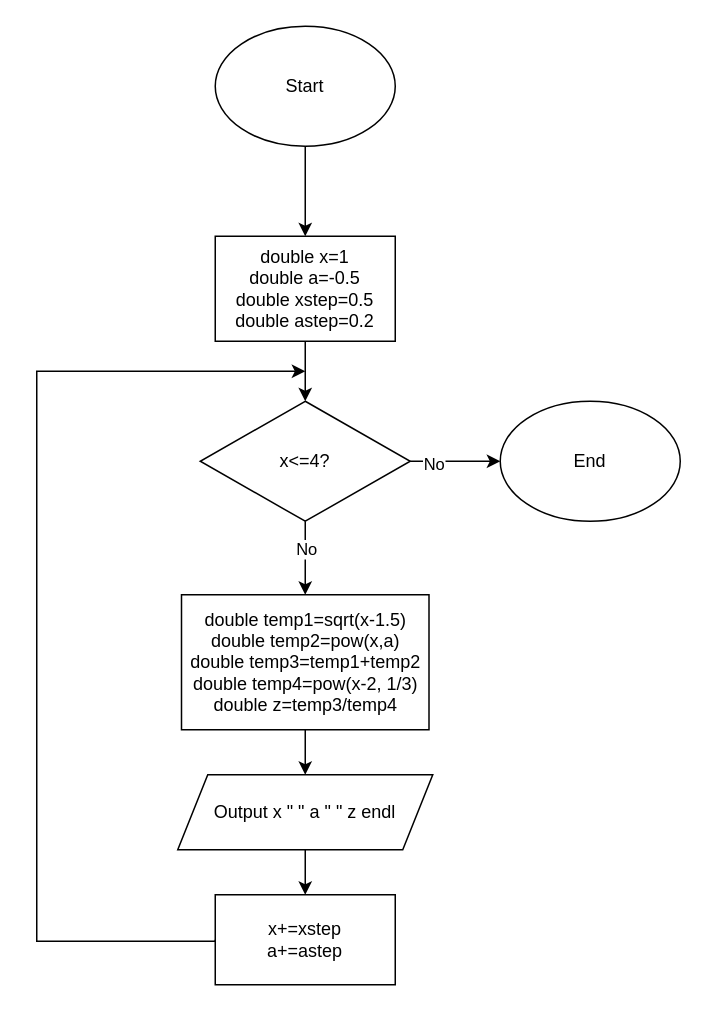
Above: ai_13/danylo_kolbasiuk/saga_1/vns_practice_work_2_task_variant_15_danylo_kolbasiuk.drawio in artificial-intelligence-department/ai_programming_playground_2024 (draw.io), before the change. Source tidied: cells renumbered, new cells numbered last; positions are measured from the earlier drawing's top-left corner, leaving out a move shared by most shapes. Both pictures are drawn from the tidied source at 150%, with x=0, y=0 at pixel (36, 26).
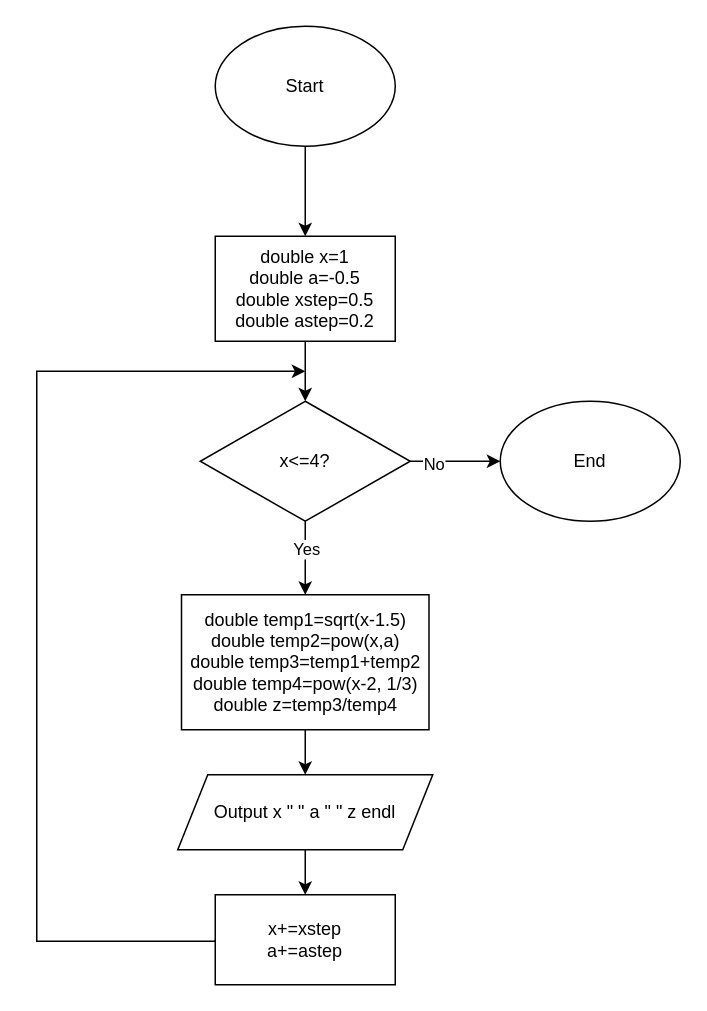
The same diagram, later.

Unchanged cells that the change refers to:
```xml
<mxCell id="8" style="edgeStyle=orthogonalEdgeStyle;rounded=0;jettySize=auto;html=1;" parent="1" edge="1" source="10" target="13">
  <mxGeometry relative="1" as="geometry" />
</mxCell>
```

Change to the diagram source:
```diff
@@
-    <mxCell id="9" value="No" style="edgeLabel;html=1;align=center;verticalAlign=middle;" parent="8" vertex="1">
+    <mxCell id="9" value="Yes" style="edgeLabel;html=1;align=center;verticalAlign=middle;" parent="8" vertex="1">
       <mxGeometry x="0.24" relative="1" as="geometry">
         <mxPoint y="-12" as="offset" />
       </mxGeometry>
     </mxCell>
```
